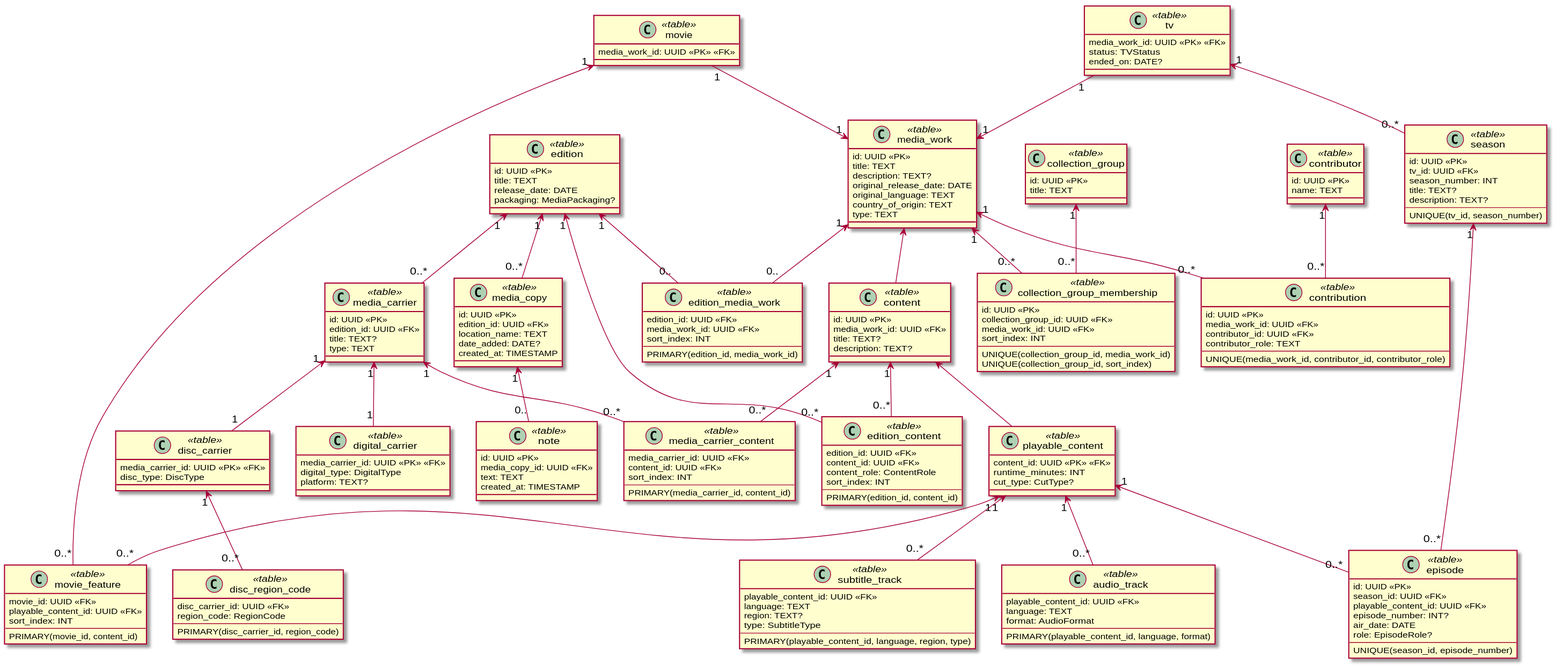
Before: docs/diagrams/data/main.data.svg, a diagram exported from PlantUML (yantue/colleq).
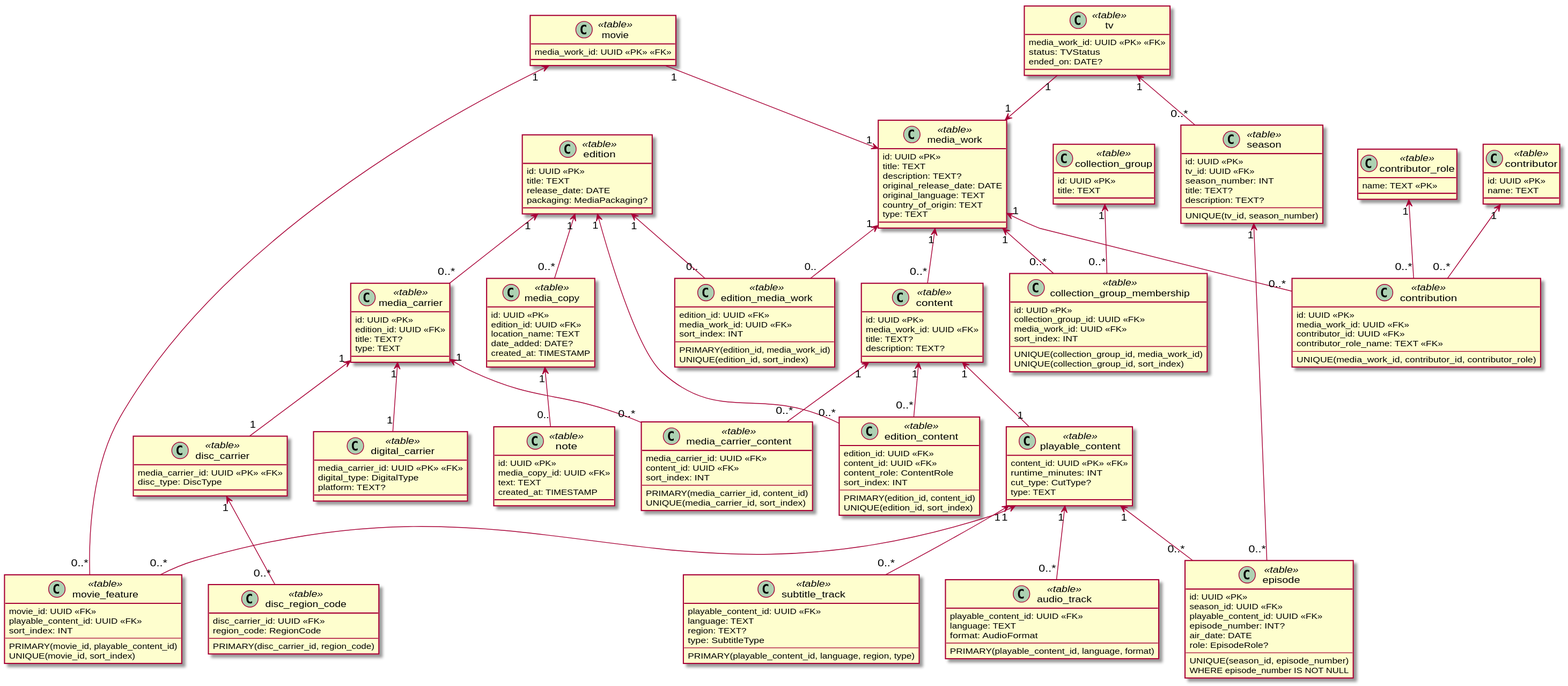
The same diagram one commit later.

Diff of the diagram source:
```diff
@@ -45,6 +45,7 @@
     sort_index: INT
     --
     PRIMARY(edition_id, media_work_id)
+    UNIQUE(edition_id, sort_index)
 }
 
 edition "1" <-- "0.." edition_media_work
@@ -56,6 +57,7 @@
     sort_index: INT
     --
     PRIMARY(edition_id, content_id)
+    UNIQUE(edition_id, sort_index)
 }
 
 edition "1" <-- "0..*" edition_content
@@ -99,6 +101,7 @@
     sort_index: INT
     --
     PRIMARY(media_carrier_id, content_id)
+    UNIQUE(media_carrier_id, sort_index)
 }
 
 media_carrier "1" <-- "0..*" media_carrier_content
@@ -144,12 +147,18 @@
     id: UUID <<PK>>
     media_work_id: UUID <<FK>>
     contributor_id: UUID <<FK>>
-    contributor_role: TEXT
+    contributor_role_name: TEXT <<FK>>
     --
     UNIQUE(media_work_id, contributor_id, contributor_role)
 }
 
 media_work "1" <-- "0..*" contribution
+
+class contributor_role <<table>> {
+    name: TEXT <<PK>>
+}
+
+contributor_role "1" <-- "0..*" contribution
 
 class content <<table>> {
     id: UUID <<PK>>
@@ -158,15 +167,16 @@
     description: TEXT?
 }
 
-media_work <-- content
+media_work "1" <-- "0..*" content
 
 class playable_content <<table>> {
     content_id: UUID <<PK>> <<FK>>
     runtime_minutes: INT
     cut_type: CutType?
+    type: TEXT
 }
 
-content <-- playable_content
+content "1" <-- "1" playable_content
 
 class audio_track <<table>> {
     playable_content_id: UUID <<FK>>
@@ -200,7 +210,8 @@
      playable_content_id: UUID <<FK>>
      sort_index: INT
      --
-     PRIMARY(movie_id, content_id)
+     PRIMARY(movie_id, playable_content_id)
+     UNIQUE(movie_id, sort_index)
 }
 
 movie "1" <-- "0..*" movie_feature
@@ -235,6 +246,7 @@
     role: EpisodeRole?
     --
     UNIQUE(season_id, episode_number)
+    WHERE episode_number IS NOT NULL
 }
 
 season "1" <-- "0..*" episode
```
